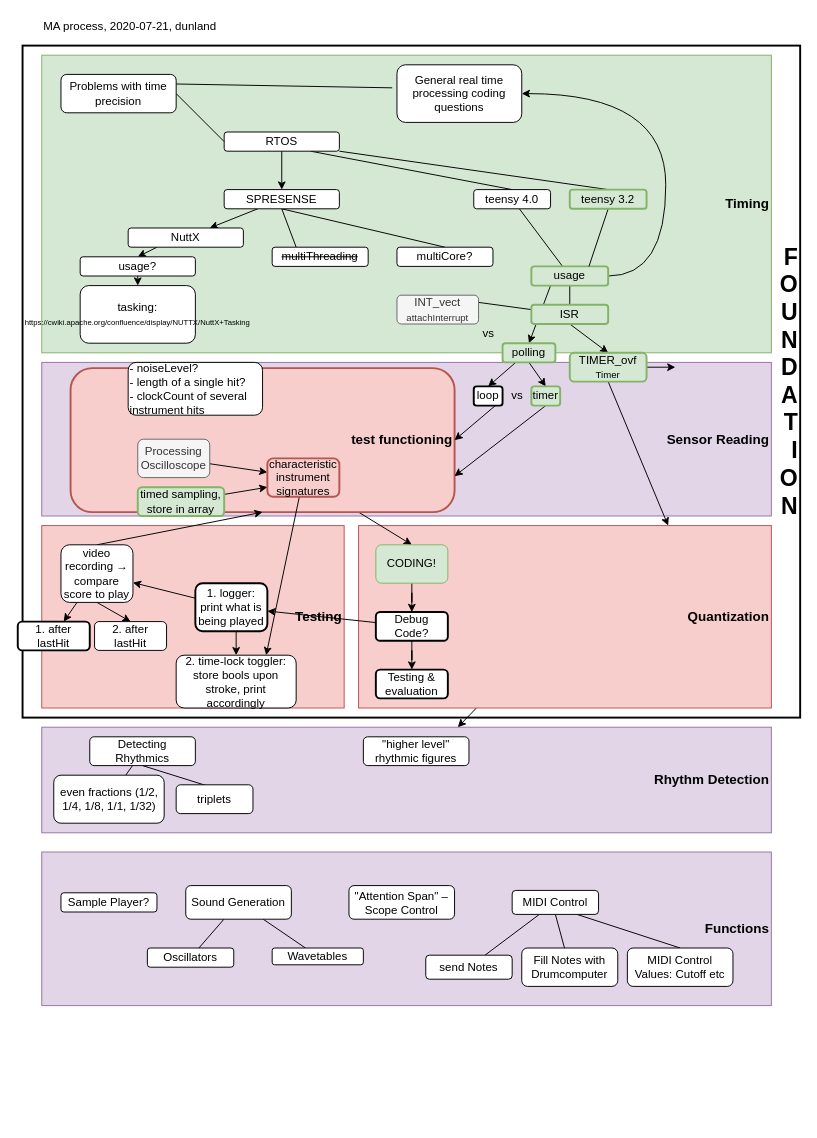
Before: page "Progress" (1 of 4) of muscle/Doc/MA_progress.drawio in dunland/muscle, a draw.io diagram. Source tidied: cells renumbered, new cells numbered last; positions are measured from the earlier drawing's top-left corner, leaving out a move shared by most shapes. Both pictures are drawn from the tidied source at 96%, with x=0, y=0 at pixel (17, 16).
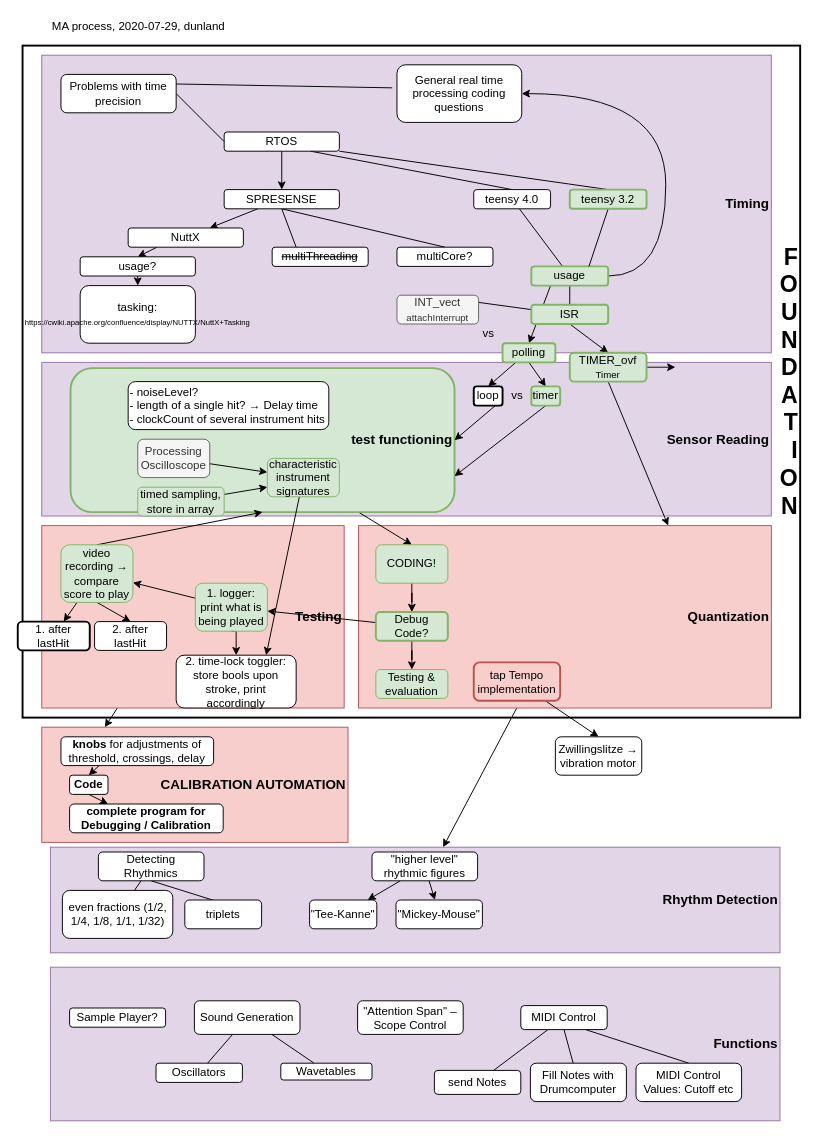
Above is the later version.

The change refers to these unchanged cells:
```xml
<mxCell id="3" value="&lt;font size=&quot;1&quot;&gt;&lt;b style=&quot;font-size: 14px&quot;&gt;Testing&lt;br&gt;&lt;/b&gt;&lt;/font&gt;" style="rounded=0;whiteSpace=wrap;html=1;align=right;strokeColor=#b85450;fillColor=#f8cecc;" parent="1" vertex="1">
  <mxGeometry x="25" y="530" width="315" height="190" as="geometry" />
</mxCell>
```

Diff of the diagram source:
```diff
@@
+    <mxCell id="100" style="edgeStyle=none;rounded=0;jettySize=auto;html=1;exitX=0.25;exitY=1;exitDx=0;exitDy=0;entryX=0.206;entryY=0;entryDx=0;entryDy=0;entryPerimeter=0;" parent="1" edge="1" source="3" target="105">
+      <mxGeometry relative="1" as="geometry" />
+    </mxCell>
@@
-    <mxCell id="5" value="&lt;font size=&quot;1&quot;&gt;&lt;b style=&quot;font-size: 14px&quot;&gt;Timing&lt;/b&gt;&lt;/font&gt;" style="rounded=0;whiteSpace=wrap;html=1;align=right;strokeColor=#82b366;fillColor=#d5e8d4;" parent="1" vertex="1">
+    <mxCell id="5" value="&lt;font size=&quot;1&quot;&gt;&lt;b style=&quot;font-size: 14px&quot;&gt;Timing&lt;/b&gt;&lt;/font&gt;" style="rounded=0;whiteSpace=wrap;html=1;align=right;strokeColor=#9673a6;fillColor=#e1d5e7;" parent="1" vertex="1">
       <mxGeometry x="25" y="40" width="760" height="310" as="geometry" />
     </mxCell>
@@
     <mxCell id="31" value="&lt;font size=&quot;1&quot;&gt;&lt;b style=&quot;font-size: 14px&quot;&gt;Rhythm Detection&lt;/b&gt;&lt;/font&gt;" style="rounded=0;whiteSpace=wrap;html=1;align=right;strokeColor=#9673a6;fillColor=#e1d5e7;" parent="1" vertex="1">
-      <mxGeometry x="25" y="740" width="760" height="110" as="geometry" />
+      <mxGeometry x="34" y="865" width="760" height="110" as="geometry" />
     </mxCell>
     <mxCell id="32" value="&lt;font size=&quot;1&quot;&gt;&lt;b style=&quot;font-size: 14px&quot;&gt;Functions&lt;br&gt;&lt;/b&gt;&lt;/font&gt;" style="rounded=0;whiteSpace=wrap;html=1;align=right;strokeColor=#9673a6;fillColor=#e1d5e7;" parent="1" vertex="1">
-      <mxGeometry x="25" y="870" width="760" height="160" as="geometry" />
+      <mxGeometry x="34" y="990" width="760" height="160" as="geometry" />
     </mxCell>
     <mxCell id="33" value="Sample Player?" style="rounded=1;whiteSpace=wrap;html=1;" parent="1" vertex="1">
-      <mxGeometry x="45" y="912.5" width="100" height="20" as="geometry" />
+      <mxGeometry x="54" y="1032.5" width="100" height="20" as="geometry" />
     </mxCell>
@@
     <mxCell id="36" value="Sound Generation" style="rounded=1;whiteSpace=wrap;html=1;" parent="1" vertex="1">
-      <mxGeometry x="175" y="905" width="110" height="35" as="geometry" />
+      <mxGeometry x="184" y="1025" width="110" height="35" as="geometry" />
     </mxCell>
     <mxCell id="37" value="Wavetables" style="rounded=1;whiteSpace=wrap;html=1;" parent="1" vertex="1">
-      <mxGeometry x="265" y="970" width="95" height="17.5" as="geometry" />
+      <mxGeometry x="274" y="1090" width="95" height="17.5" as="geometry" />
     </mxCell>
     <mxCell id="38" value="Oscillators" style="rounded=1;whiteSpace=wrap;html=1;" parent="1" vertex="1">
-      <mxGeometry x="135" y="970" width="90" height="20" as="geometry" />
+      <mxGeometry x="144" y="1090" width="90" height="20" as="geometry" />
     </mxCell>
     <mxCell id="39" value="&quot;Attention Span&quot; ‒ Scope Control" style="rounded=1;whiteSpace=wrap;html=1;" parent="1" vertex="1">
-      <mxGeometry x="345" y="905" width="110" height="35" as="geometry" />
+      <mxGeometry x="354" y="1025" width="110" height="35" as="geometry" />
     </mxCell>
@@
     <mxCell id="42" value="Detecting Rhythmics" style="rounded=1;whiteSpace=wrap;html=1;" parent="1" vertex="1">
-      <mxGeometry x="75" y="750" width="110" height="30" as="geometry" />
+      <mxGeometry x="84" y="870" width="110" height="30" as="geometry" />
     </mxCell>
     <mxCell id="43" value="even fractions (1/2, 1/4, 1/8, 1/1, 1/32)" style="rounded=1;whiteSpace=wrap;html=1;" parent="1" vertex="1">
-      <mxGeometry x="37.5" y="790" width="115" height="50" as="geometry" />
+      <mxGeometry x="46.5" y="910" width="115" height="50" as="geometry" />
     </mxCell>
     <mxCell id="44" value="triplets" style="rounded=1;whiteSpace=wrap;html=1;" parent="1" vertex="1">
-      <mxGeometry x="165" y="800" width="80" height="30" as="geometry" />
+      <mxGeometry x="174" y="920" width="80" height="30" as="geometry" />
     </mxCell>
+    <mxCell id="101" style="edgeStyle=none;rounded=0;jettySize=auto;html=1;" parent="1" edge="1" source="45" target="104">
+      <mxGeometry relative="1" as="geometry" />
+    </mxCell>
+    <mxCell id="102" style="edgeStyle=none;rounded=0;jettySize=auto;html=1;" parent="1" edge="1" source="45" target="103">
+      <mxGeometry relative="1" as="geometry" />
+    </mxCell>
     <mxCell id="45" value="&quot;higher level&quot; rhythmic figures" style="rounded=1;whiteSpace=wrap;html=1;" parent="1" vertex="1">
-      <mxGeometry x="360" y="750" width="110" height="30" as="geometry" />
+      <mxGeometry x="369" y="870" width="110" height="30" as="geometry" />
     </mxCell>
+    <mxCell id="103" value="&quot;Mickey-Mouse&quot;" style="rounded=1;whiteSpace=wrap;html=1;" parent="1" vertex="1">
+      <mxGeometry x="394" y="920" width="90" height="30" as="geometry" />
+    </mxCell>
+    <mxCell id="104" value="&quot;Tee-Kanne&quot;" style="rounded=1;whiteSpace=wrap;html=1;" parent="1" vertex="1">
+      <mxGeometry x="304" y="920" width="70" height="30" as="geometry" />
+    </mxCell>
-    <mxCell id="46" value="&lt;div align=&quot;left&quot;&gt;MA process, 2020-07-21, dunland&lt;br&gt;&lt;/div&gt;" style="text;html=1;strokeColor=none;fillColor=none;align=left;verticalAlign=middle;whiteSpace=wrap;rounded=0;" parent="1" vertex="1">
-      <mxGeometry x="25" width="350" height="20" as="geometry" />
+    <mxCell id="46" value="&lt;div align=&quot;left&quot;&gt;MA process, 2020-07-29, dunland&lt;br&gt;&lt;/div&gt;" style="text;html=1;strokeColor=none;fillColor=none;align=left;verticalAlign=middle;whiteSpace=wrap;rounded=0;" parent="1" vertex="1">
+      <mxGeometry x="34" width="350" height="20" as="geometry" />
     </mxCell>
@@
     <mxCell id="55" value="MIDI Control" style="rounded=1;whiteSpace=wrap;html=1;" parent="1" vertex="1">
-      <mxGeometry x="515" y="910" width="90" height="25" as="geometry" />
+      <mxGeometry x="524" y="1030" width="90" height="25" as="geometry" />
     </mxCell>
     <mxCell id="56" value="send Notes" style="rounded=1;whiteSpace=wrap;html=1;" parent="1" vertex="1">
-      <mxGeometry x="425" y="977.5" width="90" height="25" as="geometry" />
+      <mxGeometry x="434" y="1097.5" width="90" height="25" as="geometry" />
     </mxCell>
     <mxCell id="57" value="Fill Notes with Drumcomputer" style="rounded=1;whiteSpace=wrap;html=1;" parent="1" vertex="1">
-      <mxGeometry x="525" y="970" width="100" height="40" as="geometry" />
+      <mxGeometry x="534" y="1090" width="100" height="40" as="geometry" />
     </mxCell>
     <mxCell id="58" value="MIDI Control Values: Cutoff etc" style="rounded=1;whiteSpace=wrap;html=1;" parent="1" vertex="1">
-      <mxGeometry x="635" y="970" width="110" height="40" as="geometry" />
+      <mxGeometry x="644" y="1090" width="110" height="40" as="geometry" />
     </mxCell>
@@
-    <mxCell id="66" value="&lt;h3&gt;test functioning&lt;/h3&gt;" style="rounded=1;whiteSpace=wrap;html=1;strokeWidth=2;fillColor=#f8cecc;strokeColor=#b85450;align=right;" parent="1" vertex="1">
+    <mxCell id="66" value="&lt;h3&gt;test functioning&lt;/h3&gt;" style="rounded=1;whiteSpace=wrap;html=1;strokeWidth=2;fillColor=#d5e8d4;strokeColor=#82b366;align=right;" parent="1" vertex="1">
       <mxGeometry x="55" y="366" width="400" height="150" as="geometry" />
     </mxCell>
-    <mxCell id="67" value="- noiseLevel?&lt;br&gt;- length of a single hit?&lt;br&gt;- clockCount of several instrument hits" style="rounded=1;whiteSpace=wrap;html=1;strokeWidth=1;align=left;" parent="1" vertex="1">
-      <mxGeometry x="115" y="360" width="140" height="55" as="geometry" />
+    <mxCell id="67" value="- noiseLevel?&lt;br&gt;- length of a single hit? → Delay time&lt;br&gt;- clockCount of several instrument hits" style="rounded=1;whiteSpace=wrap;html=1;strokeWidth=1;align=left;" parent="1" vertex="1">
+      <mxGeometry x="115" y="380" width="209" height="50" as="geometry" />
     </mxCell>
@@
-    <mxCell id="79" value="characteristic instrument signatures" style="rounded=1;whiteSpace=wrap;html=1;strokeWidth=2;fillColor=#f8cecc;strokeColor=#b85450;" parent="1" vertex="1">
+    <mxCell id="79" value="characteristic instrument signatures" style="rounded=1;whiteSpace=wrap;html=1;strokeWidth=1;fillColor=#d5e8d4;strokeColor=#82b366;" parent="1" vertex="1">
       <mxGeometry x="260" y="460" width="75" height="40" as="geometry" />
     </mxCell>
@@
-    <mxCell id="85" value="Debug Code?" style="rounded=1;whiteSpace=wrap;html=1;strokeWidth=2;" parent="1" vertex="1">
+    <mxCell id="85" value="Debug Code?" style="rounded=1;whiteSpace=wrap;html=1;strokeWidth=2;fillColor=#d5e8d4;strokeColor=#82b366;" parent="1" vertex="1">
       <mxGeometry x="373" y="620" width="75" height="30" as="geometry" />
     </mxCell>
@@
-    <mxCell id="88" value="1. logger:&lt;br&gt;print what is being played" style="rounded=1;whiteSpace=wrap;html=1;strokeWidth=2;" parent="1" vertex="1">
+    <mxCell id="88" value="1. logger:&lt;br&gt;print what is being played" style="rounded=1;whiteSpace=wrap;html=1;strokeWidth=1;fillColor=#d5e8d4;strokeColor=#82b366;" parent="1" vertex="1">
       <mxGeometry x="185" y="590" width="75" height="50" as="geometry" />
     </mxCell>
@@
-    <mxCell id="92" value="video recording → compare score to play" style="rounded=1;whiteSpace=wrap;html=1;strokeWidth=1;" parent="1" vertex="1">
+    <mxCell id="92" value="video recording → compare score to play" style="rounded=1;whiteSpace=wrap;html=1;strokeWidth=1;fillColor=#d5e8d4;strokeColor=#82b366;" parent="1" vertex="1">
       <mxGeometry x="45" y="550" width="75" height="60" as="geometry" />
     </mxCell>
@@
-    <mxCell id="95" value="timed sampling,&lt;br&gt;store in array" style="rounded=1;whiteSpace=wrap;html=1;strokeWidth=2;fillColor=#d5e8d4;strokeColor=#82b366;" parent="1" vertex="1">
+    <mxCell id="95" value="timed sampling,&lt;br&gt;store in array" style="rounded=1;whiteSpace=wrap;html=1;strokeWidth=1;fillColor=#d5e8d4;strokeColor=#82b366;" parent="1" vertex="1">
       <mxGeometry x="125" y="490" width="90" height="30" as="geometry" />
     </mxCell>
@@
-    <mxCell id="97" value="Testing &amp;amp; evaluation" style="rounded=1;whiteSpace=wrap;html=1;strokeWidth=2;" parent="1" vertex="1">
+    <mxCell id="97" value="Testing &amp;amp; evaluation" style="rounded=1;whiteSpace=wrap;html=1;strokeWidth=1;fillColor=#d5e8d4;strokeColor=#82b366;" parent="1" vertex="1">
       <mxGeometry x="373" y="680" width="75" height="30" as="geometry" />
     </mxCell>
@@
+    <mxCell id="105" value="&lt;h3&gt;CALIBRATION AUTOMATION&lt;/h3&gt;" style="rounded=0;whiteSpace=wrap;html=1;strokeWidth=1;fillColor=#f8cecc;strokeColor=#b85450;align=right;" parent="1" vertex="1">
+      <mxGeometry x="25" y="740" width="319" height="120" as="geometry" />
+    </mxCell>
+    <mxCell id="106" style="edgeStyle=none;rounded=0;jettySize=auto;html=1;entryX=0.5;entryY=0;entryDx=0;entryDy=0;" parent="1" edge="1" source="107" target="113">
+      <mxGeometry relative="1" as="geometry" />
+    </mxCell>
+    <mxCell id="107" value="tap Tempo implementation" style="rounded=1;whiteSpace=wrap;html=1;strokeWidth=2;fillColor=#f8cecc;strokeColor=#b85450;" parent="1" vertex="1">
+      <mxGeometry x="475" y="672.5" width="90" height="40" as="geometry" />
+    </mxCell>
@@
+    <mxCell id="108" style="edgeStyle=none;rounded=0;jettySize=auto;html=1;exitX=0.25;exitY=1;exitDx=0;exitDy=0;entryX=0.5;entryY=0;entryDx=0;entryDy=0;" parent="1" edge="1" source="109" target="111">
+      <mxGeometry relative="1" as="geometry" />
+    </mxCell>
+    <mxCell id="109" value="&lt;b&gt;knobs&lt;/b&gt; for adjustments of threshold, crossings, delay" style="rounded=1;whiteSpace=wrap;html=1;strokeWidth=1;" parent="1" vertex="1">
+      <mxGeometry x="45" y="750" width="159" height="30" as="geometry" />
+    </mxCell>
+    <mxCell id="110" style="edgeStyle=none;rounded=0;jettySize=auto;html=1;exitX=0.5;exitY=1;exitDx=0;exitDy=0;entryX=0.25;entryY=0;entryDx=0;entryDy=0;" parent="1" edge="1" source="111" target="112">
+      <mxGeometry relative="1" as="geometry" />
+    </mxCell>
+    <mxCell id="111" value="&lt;b&gt;Code&lt;/b&gt;" style="rounded=1;whiteSpace=wrap;html=1;strokeWidth=1;" parent="1" vertex="1">
+      <mxGeometry x="54" y="790" width="40" height="20" as="geometry" />
+    </mxCell>
+    <mxCell id="112" value="&lt;b&gt;complete program for Debugging / Calibration&lt;/b&gt;" style="rounded=1;whiteSpace=wrap;html=1;strokeWidth=1;" parent="1" vertex="1">
+      <mxGeometry x="54" y="820" width="160" height="30" as="geometry" />
+    </mxCell>
+    <mxCell id="113" value="Zwillingslitze → vibration motor" style="rounded=1;whiteSpace=wrap;html=1;strokeWidth=1;" parent="1" vertex="1">
+      <mxGeometry x="560" y="750" width="90" height="40" as="geometry" />
+    </mxCell>
```
